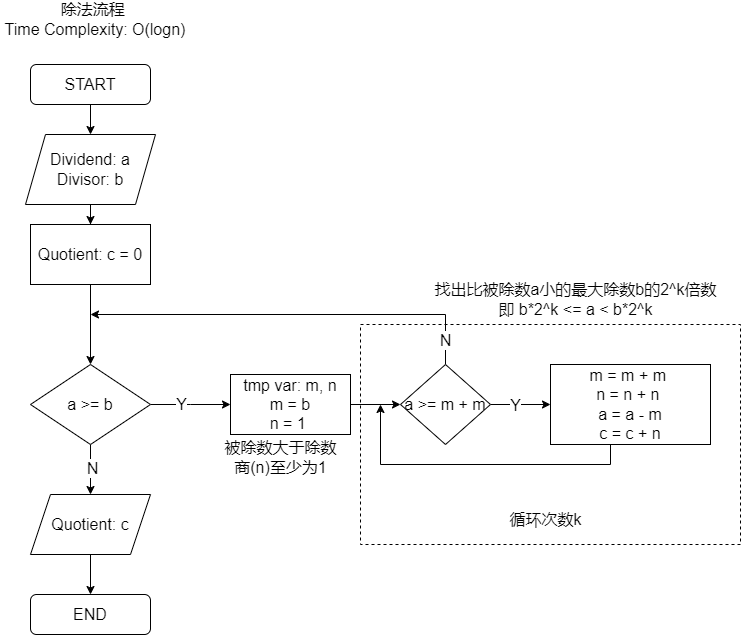
Earlier version of the draw.io export flowchart/除法流程Ologn.png (dreamjz/pics). Source tidied: cells renumbered, new cells last; positions are measured from the earlier drawing's top-left corner, leaving out a move shared by most shapes. The source it was exported from:
```xml
<mxGraphModel>
  <root>
    <mxCell id="0" />
    <mxCell id="1" parent="0" />
    <mxCell id="2" style="edgeStyle=orthogonalEdgeStyle;rounded=0;jettySize=auto;html=1;entryX=0.5;entryY=0;entryDx=0;entryDy=0;fontSize=16;" parent="1" edge="1" source="3" target="5">
      <mxGeometry relative="1" as="geometry" />
    </mxCell>
    <mxCell id="3" value="START" style="rounded=1;whiteSpace=wrap;html=1;fontSize=16;" parent="1" vertex="1">
      <mxGeometry x="30" y="60" width="120" height="40" as="geometry" />
    </mxCell>
    <mxCell id="4" style="edgeStyle=orthogonalEdgeStyle;rounded=0;jettySize=auto;html=1;fontSize=16;" parent="1" edge="1" source="5" target="8">
      <mxGeometry relative="1" as="geometry" />
    </mxCell>
    <mxCell id="5" value="Dividend: a&lt;br style=&quot;border-color: var(--border-color); font-size: 16px;&quot;&gt;Divisor: b" style="shape=parallelogram;perimeter=parallelogramPerimeter;whiteSpace=wrap;html=1;fixedSize=1;fontSize=16;" parent="1" vertex="1">
      <mxGeometry x="25" y="130" width="130" height="70" as="geometry" />
    </mxCell>
    <mxCell id="6" value="除法流程&amp;nbsp;&lt;br style=&quot;font-size: 16px;&quot;&gt;Time Complexity: O(logn)" style="text;html=1;strokeColor=none;fillColor=none;align=center;verticalAlign=middle;whiteSpace=wrap;rounded=0;fontSize=16;" parent="1" vertex="1">
      <mxGeometry width="190" height="30" as="geometry" />
    </mxCell>
    <mxCell id="7" style="edgeStyle=orthogonalEdgeStyle;rounded=0;jettySize=auto;html=1;fontSize=16;" parent="1" edge="1" source="8" target="13">
      <mxGeometry relative="1" as="geometry" />
    </mxCell>
    <mxCell id="8" value="Quotient: c = 0" style="whiteSpace=wrap;html=1;fontSize=16;" parent="1" vertex="1">
      <mxGeometry x="30" y="220" width="120" height="60" as="geometry" />
    </mxCell>
    <mxCell id="9" style="edgeStyle=orthogonalEdgeStyle;rounded=0;jettySize=auto;html=1;fontSize=16;" parent="1" edge="1" source="13" target="15">
      <mxGeometry relative="1" as="geometry" />
    </mxCell>
    <mxCell id="10" value="N" style="edgeLabel;html=1;align=center;verticalAlign=middle;fontSize=16;" parent="9" vertex="1">
      <mxGeometry x="-0.08" y="1" relative="1" as="geometry" />
    </mxCell>
    <mxCell id="11" style="edgeStyle=orthogonalEdgeStyle;rounded=0;jettySize=auto;html=1;fontSize=16;" parent="1" edge="1" source="13">
      <mxGeometry relative="1" as="geometry">
        <mxPoint x="230" y="400" as="targetPoint" />
      </mxGeometry>
    </mxCell>
    <mxCell id="12" value="Y" style="edgeLabel;html=1;align=center;verticalAlign=middle;fontSize=16;" parent="11" vertex="1">
      <mxGeometry x="-0.25" y="1" relative="1" as="geometry" />
    </mxCell>
    <mxCell id="13" value="a &amp;gt;= b" style="rhombus;whiteSpace=wrap;html=1;fontSize=16;" parent="1" vertex="1">
      <mxGeometry x="30" y="360" width="120" height="80" as="geometry" />
    </mxCell>
    <mxCell id="14" style="edgeStyle=orthogonalEdgeStyle;rounded=0;jettySize=auto;html=1;fontSize=16;" parent="1" edge="1" source="15" target="16">
      <mxGeometry relative="1" as="geometry" />
    </mxCell>
    <mxCell id="15" value="Quotient: c" style="shape=parallelogram;perimeter=parallelogramPerimeter;whiteSpace=wrap;html=1;fixedSize=1;fontSize=16;" parent="1" vertex="1">
      <mxGeometry x="30" y="490" width="120" height="60" as="geometry" />
    </mxCell>
    <mxCell id="16" value="END" style="rounded=1;whiteSpace=wrap;html=1;fontSize=16;" parent="1" vertex="1">
      <mxGeometry x="30" y="590" width="120" height="40" as="geometry" />
    </mxCell>
    <mxCell id="17" style="edgeStyle=orthogonalEdgeStyle;rounded=0;jettySize=auto;html=1;fontSize=16;" parent="1" edge="1" source="18" target="23">
      <mxGeometry relative="1" as="geometry" />
    </mxCell>
    <mxCell id="18" value="tmp var: m, n&lt;br style=&quot;font-size: 16px;&quot;&gt;m = b&lt;br style=&quot;font-size: 16px;&quot;&gt;n = 1&amp;nbsp;" style="whiteSpace=wrap;html=1;fontSize=16;" parent="1" vertex="1">
      <mxGeometry x="230" y="370" width="120" height="60" as="geometry" />
    </mxCell>
    <mxCell id="19" style="edgeStyle=orthogonalEdgeStyle;rounded=0;jettySize=auto;html=1;fontSize=16;" parent="1" edge="1" source="23" target="25">
      <mxGeometry relative="1" as="geometry" />
    </mxCell>
    <mxCell id="20" value="Y" style="edgeLabel;html=1;align=center;verticalAlign=middle;fontSize=16;" parent="19" vertex="1">
      <mxGeometry x="-0.19" relative="1" as="geometry" />
    </mxCell>
    <mxCell id="21" style="edgeStyle=orthogonalEdgeStyle;rounded=0;jettySize=auto;html=1;fontSize=16;" parent="1" edge="1" source="23">
      <mxGeometry relative="1" as="geometry">
        <mxPoint x="90" y="310" as="targetPoint" />
        <Array as="points">
          <mxPoint x="445" y="310" />
        </Array>
      </mxGeometry>
    </mxCell>
    <mxCell id="22" value="N" style="edgeLabel;html=1;align=center;verticalAlign=middle;fontSize=16;" parent="21" vertex="1">
      <mxGeometry x="-0.88" y="1" relative="1" as="geometry" />
    </mxCell>
    <mxCell id="23" value="a &amp;gt;= m + m" style="rhombus;whiteSpace=wrap;html=1;fontSize=16;" parent="1" vertex="1">
      <mxGeometry x="400" y="360" width="90" height="80" as="geometry" />
    </mxCell>
    <mxCell id="24" style="edgeStyle=orthogonalEdgeStyle;rounded=0;jettySize=auto;html=1;fontSize=16;" parent="1" edge="1" source="25">
      <mxGeometry relative="1" as="geometry">
        <mxPoint x="380" y="400" as="targetPoint" />
        <Array as="points">
          <mxPoint x="610" y="460" />
          <mxPoint x="380" y="460" />
        </Array>
      </mxGeometry>
    </mxCell>
    <mxCell id="25" value="m = m + m&amp;nbsp;&lt;br style=&quot;font-size: 16px;&quot;&gt;n = n + n&amp;nbsp;&lt;br style=&quot;font-size: 16px;&quot;&gt;a = a - m&lt;br&gt;c = c + n" style="whiteSpace=wrap;html=1;fontSize=16;" parent="1" vertex="1">
      <mxGeometry x="550" y="360" width="160" height="80" as="geometry" />
    </mxCell>
    <mxCell id="26" value="被除数大于除数&lt;br style=&quot;font-size: 16px;&quot;&gt;商(n)至少为1" style="text;html=1;align=center;verticalAlign=middle;strokeColor=none;fillColor=none;fontSize=16;" parent="1" vertex="1">
      <mxGeometry x="210" y="428" width="140" height="50" as="geometry" />
    </mxCell>
    <mxCell id="27" style="rounded=0;whiteSpace=wrap;html=1;fillColor=none;dashed=1;fontSize=16;" parent="1" vertex="1">
      <mxGeometry x="360" y="320" width="380" height="220" as="geometry" />
    </mxCell>
    <mxCell id="28" value="找出比被除数a小的最大除数b的2^k倍数&lt;br style=&quot;font-size: 16px;&quot;&gt;即 b*2^k &amp;lt;= a &amp;lt; b*2^k" style="text;html=1;align=center;verticalAlign=middle;strokeColor=none;fillColor=none;fontSize=16;" parent="1" vertex="1">
      <mxGeometry x="420" y="270" width="310" height="50" as="geometry" />
    </mxCell>
    <mxCell id="29" value="循环次数k" style="text;html=1;align=center;verticalAlign=middle;strokeColor=none;fillColor=none;fontSize=16;" parent="1" vertex="1">
      <mxGeometry x="495" y="500" width="100" height="30" as="geometry" />
    </mxCell>
  </root>
</mxGraphModel>
```
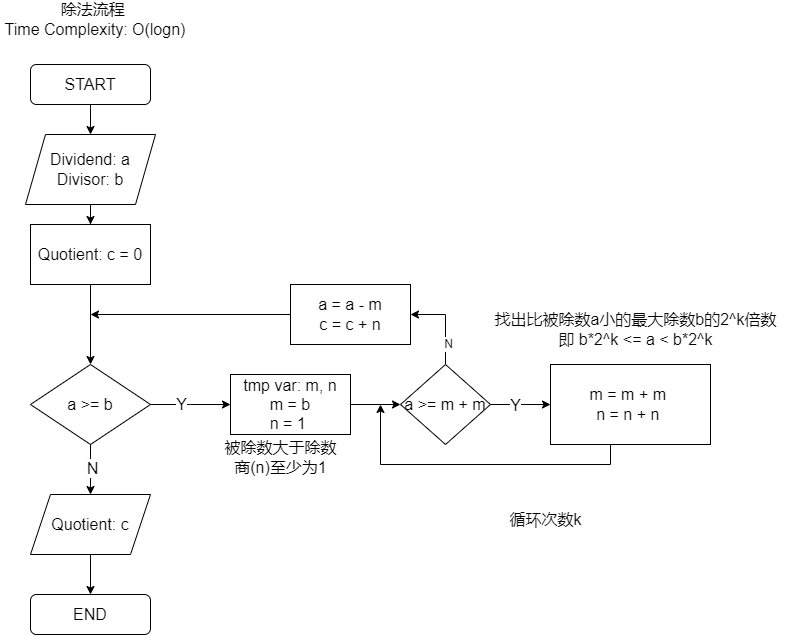
The same file after the commit.

Diff of the diagram source:
```diff
@@ -61,16 +61,11 @@
     <mxCell id="20" value="Y" style="edgeLabel;html=1;align=center;verticalAlign=middle;fontSize=16;" parent="19" vertex="1">
       <mxGeometry x="-0.19" relative="1" as="geometry" />
     </mxCell>
-    <mxCell id="21" style="edgeStyle=orthogonalEdgeStyle;rounded=0;jettySize=auto;html=1;fontSize=16;" parent="1" edge="1" source="23">
-      <mxGeometry relative="1" as="geometry">
-        <mxPoint x="90" y="310" as="targetPoint" />
-        <Array as="points">
-          <mxPoint x="445" y="310" />
-        </Array>
-      </mxGeometry>
-    </mxCell>
+    <mxCell id="30" style="edgeStyle=orthogonalEdgeStyle;rounded=0;jettySize=auto;html=1;entryX=1;entryY=0.5;entryDx=0;entryDy=0;" parent="1" edge="1" source="23" target="32">
+      <mxGeometry relative="1" as="geometry" />
+    </mxCell>
-    <mxCell id="22" value="N" style="edgeLabel;html=1;align=center;verticalAlign=middle;fontSize=16;" parent="21" vertex="1">
-      <mxGeometry x="-0.88" y="1" relative="1" as="geometry" />
+    <mxCell id="22" value="N" style="edgeLabel;html=1;align=center;verticalAlign=middle;" parent="30" vertex="1">
+      <mxGeometry x="-0.51" y="-2" relative="1" as="geometry" />
     </mxCell>
     <mxCell id="23" value="a &amp;gt;= m + m" style="rhombus;whiteSpace=wrap;html=1;fontSize=16;" parent="1" vertex="1">
       <mxGeometry x="400" y="360" width="90" height="80" as="geometry" />
@@ -84,20 +79,25 @@
         </Array>
       </mxGeometry>
     </mxCell>
-    <mxCell id="25" value="m = m + m&amp;nbsp;&lt;br style=&quot;font-size: 16px;&quot;&gt;n = n + n&amp;nbsp;&lt;br style=&quot;font-size: 16px;&quot;&gt;a = a - m&lt;br&gt;c = c + n" style="whiteSpace=wrap;html=1;fontSize=16;" parent="1" vertex="1">
+    <mxCell id="25" value="m = m + m&amp;nbsp;&lt;br style=&quot;font-size: 16px;&quot;&gt;n = n + n&amp;nbsp;" style="whiteSpace=wrap;html=1;fontSize=16;" parent="1" vertex="1">
       <mxGeometry x="550" y="360" width="160" height="80" as="geometry" />
     </mxCell>
     <mxCell id="26" value="被除数大于除数&lt;br style=&quot;font-size: 16px;&quot;&gt;商(n)至少为1" style="text;html=1;align=center;verticalAlign=middle;strokeColor=none;fillColor=none;fontSize=16;" parent="1" vertex="1">
       <mxGeometry x="210" y="428" width="140" height="50" as="geometry" />
     </mxCell>
-    <mxCell id="27" style="rounded=0;whiteSpace=wrap;html=1;fillColor=none;dashed=1;fontSize=16;" parent="1" vertex="1">
-      <mxGeometry x="360" y="320" width="380" height="220" as="geometry" />
-    </mxCell>
     <mxCell id="28" value="找出比被除数a小的最大除数b的2^k倍数&lt;br style=&quot;font-size: 16px;&quot;&gt;即 b*2^k &amp;lt;= a &amp;lt; b*2^k" style="text;html=1;align=center;verticalAlign=middle;strokeColor=none;fillColor=none;fontSize=16;" parent="1" vertex="1">
-      <mxGeometry x="420" y="270" width="310" height="50" as="geometry" />
+      <mxGeometry x="480" y="300" width="310" height="50" as="geometry" />
     </mxCell>
     <mxCell id="29" value="循环次数k" style="text;html=1;align=center;verticalAlign=middle;strokeColor=none;fillColor=none;fontSize=16;" parent="1" vertex="1">
       <mxGeometry x="495" y="500" width="100" height="30" as="geometry" />
     </mxCell>
+    <mxCell id="31" style="edgeStyle=orthogonalEdgeStyle;rounded=0;jettySize=auto;html=1;" parent="1" edge="1" source="32">
+      <mxGeometry relative="1" as="geometry">
+        <mxPoint x="90" y="310" as="targetPoint" />
+      </mxGeometry>
+    </mxCell>
+    <mxCell id="32" value="a = a - m&lt;br&gt;c = c + n" style="whiteSpace=wrap;html=1;fontSize=16;" parent="1" vertex="1">
+      <mxGeometry x="290" y="280" width="120" height="60" as="geometry" />
+    </mxCell>
   </root>
 </mxGraphModel>
```
